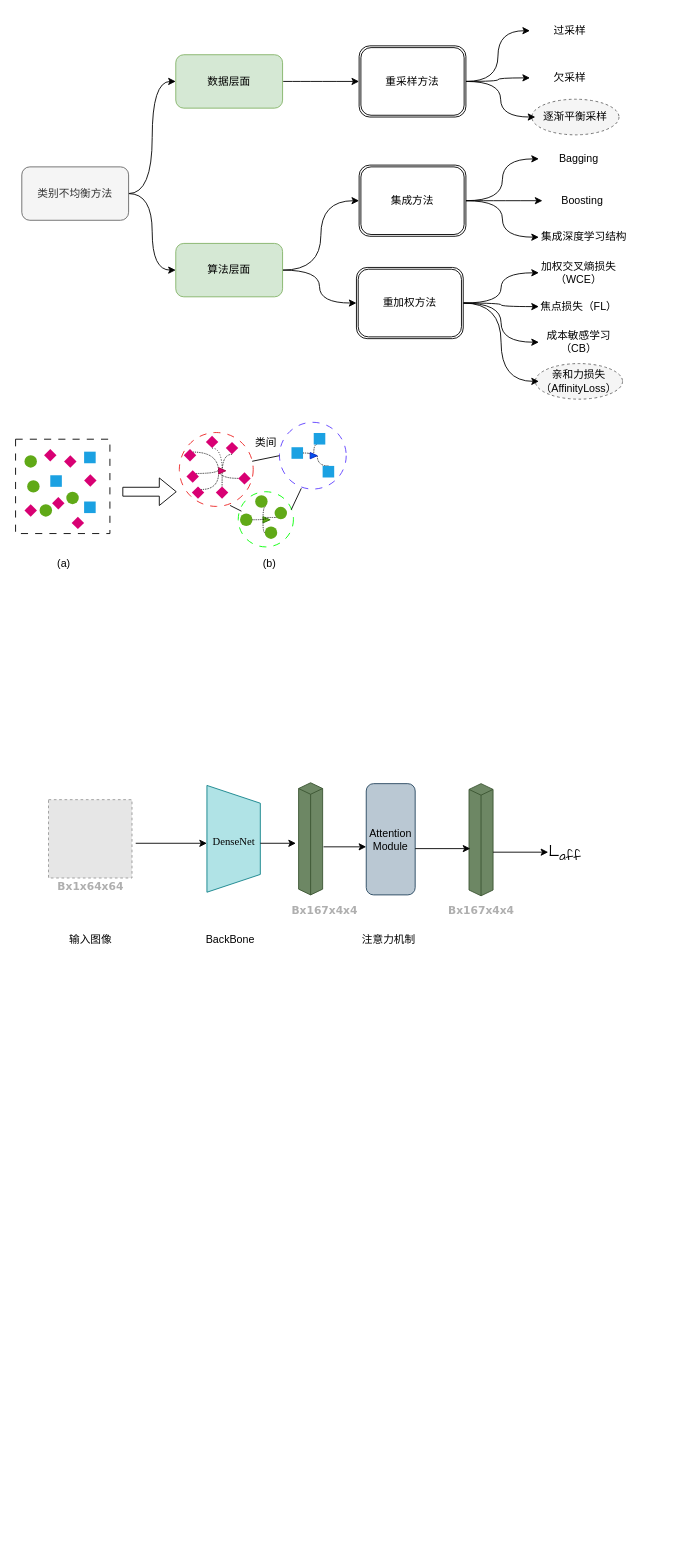
The draw.io diagram 未命名绘图.drawio in lcq666666/lcq666666.github.io, before the edit. Source tidied: cells renumbered, new cells numbered last; positions are measured from the earlier drawing's top-left corner, leaving out a move shared by most shapes. Both pictures are drawn from the tidied source at 89%, with x=0, y=0 at pixel (15, 15). Pictures stored in the file or linked from it are replaced by grey dashed boxes.
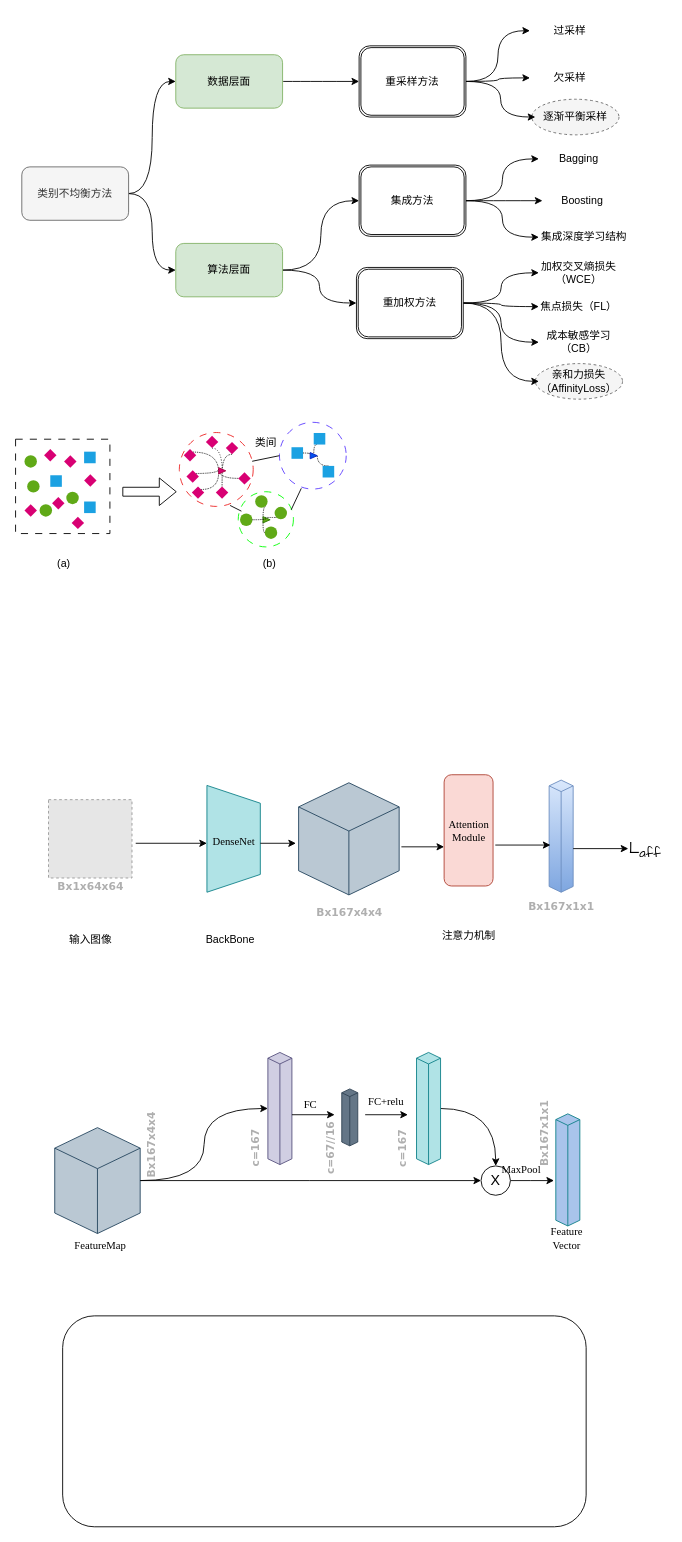
Above is the later version.

Commit message (it also covers changes not shown here):
更新未命名绘图.drawio

The edit, as a diff of the source:
```diff
@@
-    <mxCell id="100" style="html=1;whiteSpace=wrap;shape=isoCube2;backgroundOutline=1;isoAngle=15;fillColor=#6d8764;fontColor=#ffffff;strokeColor=#3A5431;" parent="1" vertex="1">
-      <mxGeometry x="318" y="862" width="27" height="126" as="geometry" />
+    <mxCell id="100" style="html=1;whiteSpace=wrap;shape=isoCube2;backgroundOutline=1;isoAngle=15;fillColor=#bac8d3;strokeColor=#23445d;" parent="1" vertex="1">
+      <mxGeometry x="318" y="862" width="113" height="126" as="geometry" />
     </mxCell>
@@
     <mxCell id="102" value="&lt;b&gt;&lt;font style=&quot;color: rgb(175, 175, 175);&quot; face=&quot;Verdana&quot;&gt;Bx167x4x4&lt;/font&gt;&lt;/b&gt;" style="text;html=1;align=center;verticalAlign=middle;strokeColor=none;fillColor=none;" parent="1" vertex="1">
-      <mxGeometry x="300" y="992" width="94" height="27" as="geometry" />
+      <mxGeometry x="327.5" y="994" width="94" height="27" as="geometry" />
     </mxCell>
     <mxCell id="103" style="endArrow=classic;html=1;rounded=0;" parent="1" edge="1">
       <mxGeometry relative="1" as="geometry">
-        <mxPoint x="346" y="934" as="sourcePoint" />
-        <mxPoint x="394" y="934" as="targetPoint" />
+        <mxPoint x="433.5" y="934" as="sourcePoint" />
+        <mxPoint x="481.5" y="934" as="targetPoint" />
       </mxGeometry>
     </mxCell>
-    <mxCell id="104" value="Attention&lt;div&gt;Module&lt;/div&gt;" style="rounded=1;whiteSpace=wrap;html=1;fillColor=#bac8d3;strokeColor=#23445d;" parent="1" vertex="1">
-      <mxGeometry x="394" y="863" width="55" height="125" as="geometry" />
+    <mxCell id="104" value="&lt;font face=&quot;Times New Roman&quot;&gt;Attention&lt;/font&gt;&lt;div&gt;&lt;font face=&quot;Times New Roman&quot;&gt;Module&lt;/font&gt;&lt;/div&gt;" style="rounded=1;whiteSpace=wrap;html=1;fillColor=#fad9d5;strokeColor=#ae4132;" parent="1" vertex="1">
+      <mxGeometry x="481.5" y="853" width="55" height="125" as="geometry" />
     </mxCell>
-    <mxCell id="105" value="&lt;b&gt;&lt;font style=&quot;color: rgb(175, 175, 175);&quot; face=&quot;Verdana&quot;&gt;Bx167x4x4&lt;/font&gt;&lt;/b&gt;" style="text;html=1;align=center;verticalAlign=middle;strokeColor=none;fillColor=none;" parent="1" vertex="1">
-      <mxGeometry x="476" y="992" width="94" height="27" as="geometry" />
+    <mxCell id="105" value="&lt;b&gt;&lt;font style=&quot;color: rgb(175, 175, 175);&quot; face=&quot;Verdana&quot;&gt;Bx167x1x1&lt;/font&gt;&lt;/b&gt;" style="text;html=1;align=center;verticalAlign=middle;strokeColor=none;fillColor=none;" parent="1" vertex="1">
+      <mxGeometry x="566" y="988" width="94" height="27" as="geometry" />
     </mxCell>
-    <mxCell id="106" style="html=1;whiteSpace=wrap;shape=isoCube2;backgroundOutline=1;isoAngle=15;fillColor=#6d8764;fontColor=#ffffff;strokeColor=#3A5431;" parent="1" vertex="1">
-      <mxGeometry x="509.5" y="863" width="27" height="126" as="geometry" />
+    <mxCell id="106" style="html=1;whiteSpace=wrap;shape=isoCube2;backgroundOutline=1;isoAngle=15;fillColor=#dae8fc;strokeColor=#6c8ebf;gradientColor=#7ea6e0;" parent="1" vertex="1">
+      <mxGeometry x="599.5" y="859" width="27" height="126" as="geometry" />
     </mxCell>
     <mxCell id="107" style="endArrow=classic;html=1;rounded=0;exitX=0.959;exitY=0.592;exitDx=0;exitDy=0;exitPerimeter=0;" parent="1" edge="1">
       <mxGeometry relative="1" as="geometry">
-        <mxPoint x="449" y="936" as="sourcePoint" />
-        <mxPoint x="511" y="936" as="targetPoint" />
+        <mxPoint x="539" y="932" as="sourcePoint" />
+        <mxPoint x="601" y="932" as="targetPoint" />
       </mxGeometry>
     </mxCell>
     <mxCell id="108" value="&lt;font style=&quot;font-size: 17px;&quot; face=&quot;Comic Sans MS&quot;&gt;L&lt;sub&gt;aff&lt;/sub&gt;&lt;/font&gt;" style="text;html=1;align=center;verticalAlign=middle;strokeColor=none;fillColor=none;" parent="1" vertex="1">
-      <mxGeometry x="592" y="924" width="49" height="36" as="geometry" />
+      <mxGeometry x="682" y="920" width="49" height="36" as="geometry" />
     </mxCell>
     <mxCell id="109" style="endArrow=classic;html=1;rounded=0;exitX=0.959;exitY=0.592;exitDx=0;exitDy=0;exitPerimeter=0;" parent="1" edge="1">
       <mxGeometry relative="1" as="geometry">
-        <mxPoint x="536.5" y="940" as="sourcePoint" />
-        <mxPoint x="598.5" y="940" as="targetPoint" />
+        <mxPoint x="626.5" y="936" as="sourcePoint" />
+        <mxPoint x="688.5" y="936" as="targetPoint" />
       </mxGeometry>
     </mxCell>
@@
     <mxCell id="111" value="注意力机制" style="text;html=1;align=center;verticalAlign=middle;strokeColor=none;fillColor=none;" parent="1" vertex="1">
-      <mxGeometry x="380" y="1025" width="78" height="26" as="geometry" />
+      <mxGeometry x="470" y="1021" width="78" height="26" as="geometry" />
     </mxCell>
+    <mxCell id="112" style="rounded=1;whiteSpace=wrap;html=1;fillColor=none;" parent="1" vertex="1">
+      <mxGeometry x="52.9" y="1461" width="588.2" height="237" as="geometry" />
+    </mxCell>
+    <mxCell id="113" style="html=1;whiteSpace=wrap;shape=isoCube2;backgroundOutline=1;isoAngle=15;fillColor=#d0cee2;strokeColor=#56517e;" parent="1" vertex="1">
+      <mxGeometry x="283.5" y="1165" width="27" height="126" as="geometry" />
+    </mxCell>
+    <mxCell id="114" style="edgeStyle=orthogonalEdgeStyle;curved=1;rounded=0;jettySize=auto;html=1;exitX=1;exitY=0.5;exitDx=0;exitDy=0;exitPerimeter=0;entryX=0.5;entryY=0;entryDx=0;entryDy=0;" parent="1" edge="1" source="115" target="128">
+      <mxGeometry relative="1" as="geometry" />
+    </mxCell>
+    <mxCell id="115" style="html=1;whiteSpace=wrap;shape=isoCube2;backgroundOutline=1;isoAngle=15;fillColor=#b0e3e6;strokeColor=#0e8088;" parent="1" vertex="1">
+      <mxGeometry x="450.5" y="1165" width="27" height="126" as="geometry" />
+    </mxCell>
+    <mxCell id="116" style="endArrow=classic;html=1;rounded=0;" parent="1" edge="1">
+      <mxGeometry relative="1" as="geometry">
+        <mxPoint x="310.5" y="1235" as="sourcePoint" />
+        <mxPoint x="358.5" y="1235" as="targetPoint" />
+      </mxGeometry>
+    </mxCell>
+    <mxCell id="117" style="html=1;whiteSpace=wrap;shape=isoCube2;backgroundOutline=1;isoAngle=15;fillColor=#647687;strokeColor=#314354;fontColor=#ffffff;" parent="1" vertex="1">
+      <mxGeometry x="366.5" y="1206" width="18" height="64" as="geometry" />
+    </mxCell>
+    <mxCell id="118" style="endArrow=classic;html=1;rounded=0;" parent="1" edge="1">
+      <mxGeometry relative="1" as="geometry">
+        <mxPoint x="392.8" y="1235" as="sourcePoint" />
+        <mxPoint x="440.8" y="1235" as="targetPoint" />
+      </mxGeometry>
+    </mxCell>
+    <mxCell id="119" value="&lt;b&gt;&lt;font style=&quot;color: rgb(175, 175, 175);&quot; face=&quot;Verdana&quot;&gt;c=167&lt;/font&gt;&lt;/b&gt;" style="text;html=1;align=center;verticalAlign=middle;strokeColor=none;fillColor=none;rotation=-90;" parent="1" vertex="1">
+      <mxGeometry x="239" y="1260" width="61" height="27" as="geometry" />
+    </mxCell>
+    <mxCell id="120" value="&lt;b&gt;&lt;font style=&quot;color: rgb(175, 175, 175);&quot; face=&quot;Verdana&quot;&gt;c=67//16&lt;/font&gt;&lt;/b&gt;" style="text;html=1;align=center;verticalAlign=middle;strokeColor=none;fillColor=none;rotation=-90;" parent="1" vertex="1">
+      <mxGeometry x="310.5" y="1260" width="86" height="27" as="geometry" />
+    </mxCell>
+    <mxCell id="121" value="&lt;b&gt;&lt;font style=&quot;color: rgb(175, 175, 175);&quot; face=&quot;Verdana&quot;&gt;c=167&lt;/font&gt;&lt;/b&gt;" style="text;html=1;align=center;verticalAlign=middle;strokeColor=none;fillColor=none;rotation=-90;" parent="1" vertex="1">
+      <mxGeometry x="404.5" y="1260" width="61" height="27" as="geometry" />
+    </mxCell>
+    <mxCell id="122" value="&lt;font face=&quot;Times New Roman&quot;&gt;FC+relu&lt;/font&gt;" style="text;html=1;align=center;verticalAlign=middle;strokeColor=none;fillColor=none;" parent="1" vertex="1">
+      <mxGeometry x="386.5" y="1208" width="58" height="26" as="geometry" />
+    </mxCell>
+    <mxCell id="123" value="&lt;font face=&quot;Times New Roman&quot;&gt;FC&lt;/font&gt;" style="text;html=1;align=center;verticalAlign=middle;strokeColor=none;fillColor=none;" parent="1" vertex="1">
+      <mxGeometry x="314.5" y="1211" width="33" height="26" as="geometry" />
+    </mxCell>
+    <mxCell id="124" style="edgeStyle=orthogonalEdgeStyle;curved=1;rounded=0;jettySize=auto;html=1;exitX=1;exitY=0.5;exitDx=0;exitDy=0;exitPerimeter=0;" parent="1" edge="1" source="125">
+      <mxGeometry relative="1" as="geometry">
+        <mxPoint x="523" y="1309" as="targetPoint" />
+      </mxGeometry>
+    </mxCell>
+    <mxCell id="125" style="html=1;whiteSpace=wrap;shape=isoCube2;backgroundOutline=1;isoAngle=15;fillColor=#bac8d3;strokeColor=#23445d;" parent="1" vertex="1">
+      <mxGeometry x="44" y="1249.5" width="96" height="119" as="geometry" />
+    </mxCell>
+    <mxCell id="126" style="edgeStyle=orthogonalEdgeStyle;curved=1;rounded=0;jettySize=auto;html=1;exitX=1;exitY=0.5;exitDx=0;exitDy=0;exitPerimeter=0;entryX=0;entryY=0.5;entryDx=0;entryDy=0;entryPerimeter=0;" parent="1" edge="1" source="125" target="113">
+      <mxGeometry relative="1" as="geometry" />
+    </mxCell>
+    <mxCell id="127" style="edgeStyle=orthogonalEdgeStyle;curved=1;rounded=0;jettySize=auto;html=1;exitX=1;exitY=0.5;exitDx=0;exitDy=0;" parent="1" edge="1" source="128">
+      <mxGeometry relative="1" as="geometry">
+        <mxPoint x="605" y="1309" as="targetPoint" />
+      </mxGeometry>
+    </mxCell>
+    <mxCell id="128" value="&lt;font style=&quot;font-size: 16px;&quot;&gt;X&lt;/font&gt;" style="ellipse;whiteSpace=wrap;html=1;" parent="1" vertex="1">
+      <mxGeometry x="523" y="1292.5" width="33" height="33" as="geometry" />
+    </mxCell>
+    <mxCell id="129" value="&lt;font face=&quot;Times New Roman&quot;&gt;FeatureMap&lt;/font&gt;" style="text;html=1;align=center;verticalAlign=middle;strokeColor=none;fillColor=none;" parent="1" vertex="1">
+      <mxGeometry x="57" y="1368.5" width="76" height="26" as="geometry" />
+    </mxCell>
+    <mxCell id="130" style="html=1;whiteSpace=wrap;shape=isoCube2;backgroundOutline=1;isoAngle=15;fillColor=#A9C4EB;strokeColor=#0e8088;fillStyle=auto;" parent="1" vertex="1">
+      <mxGeometry x="607" y="1234" width="27" height="126" as="geometry" />
+    </mxCell>
+    <mxCell id="131" value="&lt;b&gt;&lt;font style=&quot;color: rgb(175, 175, 175);&quot; face=&quot;Verdana&quot;&gt;Bx167x1x1&lt;/font&gt;&lt;/b&gt;" style="text;html=1;align=center;verticalAlign=middle;strokeColor=none;fillColor=none;rotation=-90;" parent="1" vertex="1">
+      <mxGeometry x="547.1" y="1243" width="94" height="27" as="geometry" />
+    </mxCell>
+    <mxCell id="132" value="&lt;b&gt;&lt;font style=&quot;color: rgb(175, 175, 175);&quot; face=&quot;Verdana&quot;&gt;Bx167x4x4&lt;/font&gt;&lt;/b&gt;" style="text;html=1;align=center;verticalAlign=middle;strokeColor=none;fillColor=none;rotation=-90;" parent="1" vertex="1">
+      <mxGeometry x="106" y="1256" width="94" height="27" as="geometry" />
+    </mxCell>
+    <mxCell id="133" value="&lt;font face=&quot;Times New Roman&quot;&gt;MaxPool&lt;/font&gt;" style="text;html=1;align=center;verticalAlign=middle;strokeColor=none;fillColor=none;" parent="1" vertex="1">
+      <mxGeometry x="537" y="1284" width="62" height="26" as="geometry" />
+    </mxCell>
+    <mxCell id="134" value="&lt;font face=&quot;Times New Roman&quot;&gt;Feature&lt;/font&gt;&lt;div&gt;&lt;font face=&quot;Times New Roman&quot;&gt;Vector&lt;/font&gt;&lt;/div&gt;" style="text;html=1;align=center;verticalAlign=middle;strokeColor=none;fillColor=none;" parent="1" vertex="1">
+      <mxGeometry x="592" y="1353" width="54" height="41" as="geometry" />
+    </mxCell>
```
